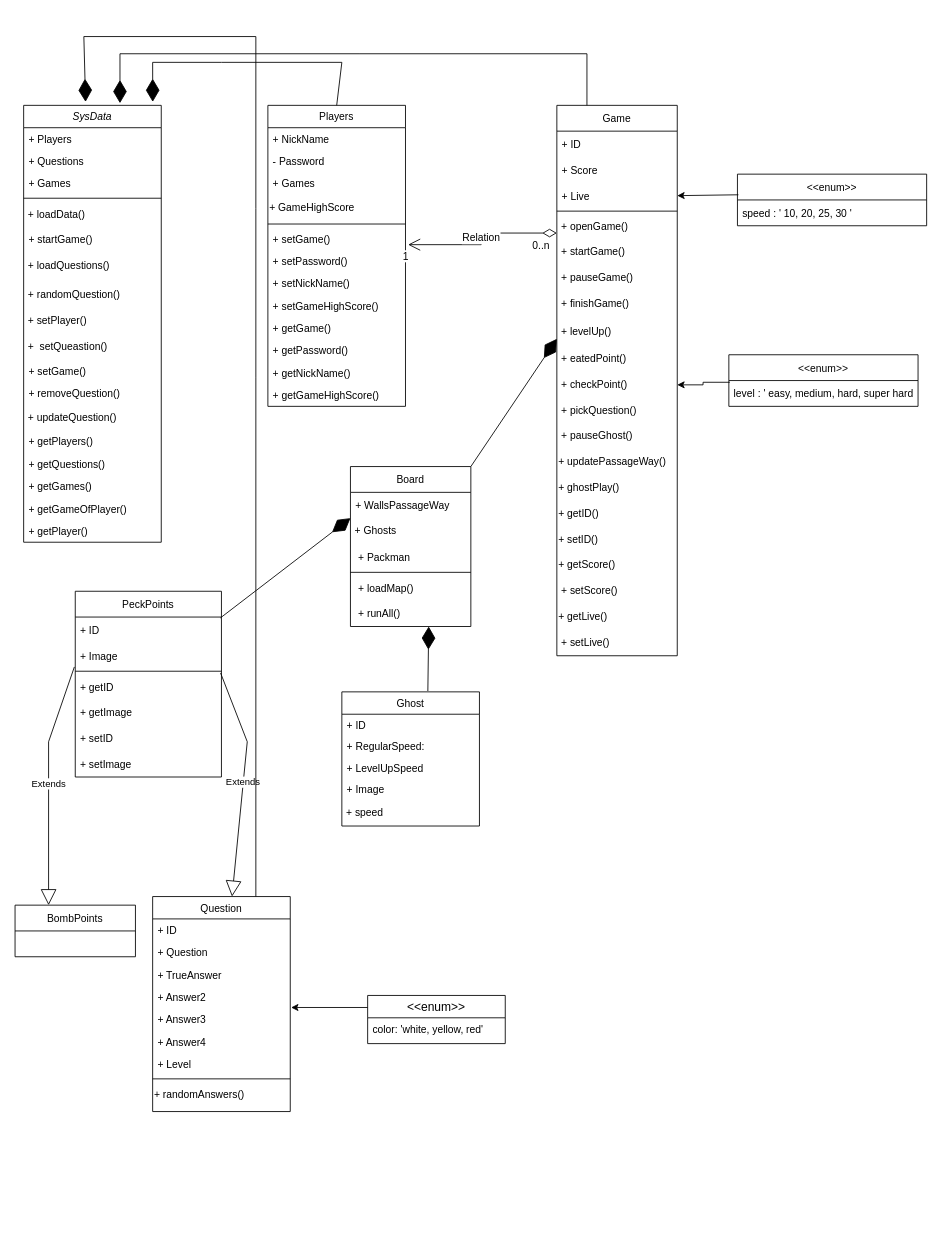
The draw.io diagram Untitled Diagram.drawio in muhammad197/Pack-Man, before the edit. Source tidied: cells renumbered, new cells numbered last; positions are measured from the earlier drawing's top-left corner, leaving out a move shared by most shapes. Both pictures are drawn from the tidied source at 86%, with x=0, y=0 at pixel (15, 36).
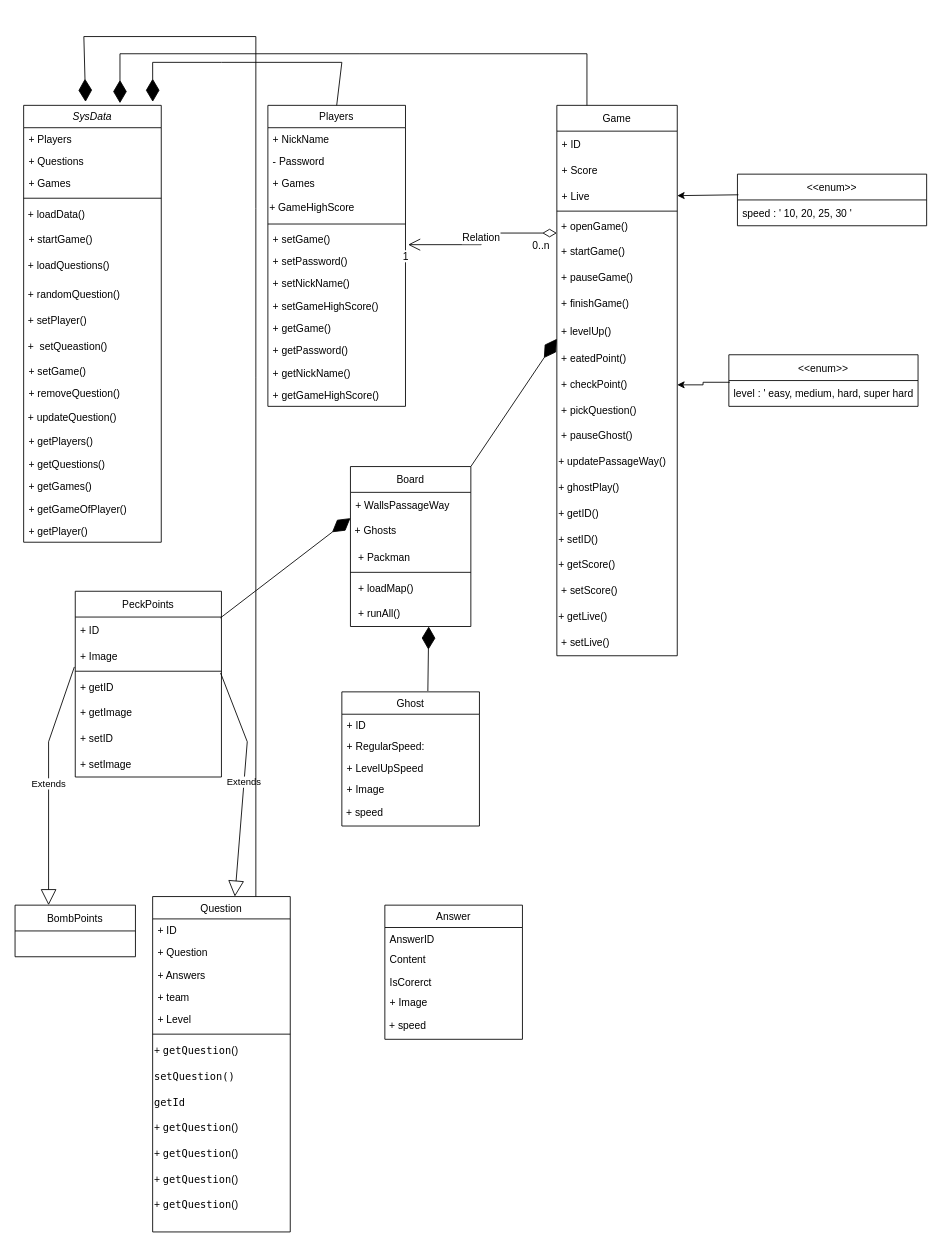
The same diagram, later.

Change to the diagram source:
```diff
@@
     <mxCell id="21" value="Question" style="swimlane;fontStyle=0;align=center;verticalAlign=top;horizontal=1;startSize=26;rounded=0;shadow=0;strokeWidth=1;" parent="1" vertex="1">
-      <mxGeometry x="160" y="1000" width="160" height="250" as="geometry" />
+      <mxGeometry x="160" y="1000" width="160" height="390" as="geometry" />
     </mxCell>
@@
-    <mxCell id="24" value="+ TrueAnswer" style="text;align=left;verticalAlign=top;spacingLeft=4;spacingRight=4;overflow=hidden;" parent="21" vertex="1">
+    <mxCell id="24" value="+ Answers" style="text;align=left;verticalAlign=top;spacingLeft=4;spacingRight=4;overflow=hidden;" parent="21" vertex="1">
       <mxGeometry y="78" width="160" height="26" as="geometry" />
     </mxCell>
-    <mxCell id="25" value="+ Answer2" style="text;align=left;verticalAlign=top;spacingLeft=4;spacingRight=4;overflow=hidden;" parent="21" vertex="1">
-      <mxGeometry y="104" width="160" height="26" as="geometry" />
-    </mxCell>
-    <mxCell id="26" value="+ Answer3" style="text;align=left;verticalAlign=top;spacingLeft=4;spacingRight=4;overflow=hidden;points=[[0,0.5],[1,0.5]];portConstraint=eastwest;rounded=0;shadow=0;html=0;" parent="21" vertex="1">
-      <mxGeometry y="130" width="160" height="26" as="geometry" />
-    </mxCell>
-    <mxCell id="27" value="+ Answer4" style="text;align=left;verticalAlign=top;spacingLeft=4;spacingRight=4;overflow=hidden;rounded=0;shadow=0;html=0;" parent="21" vertex="1">
-      <mxGeometry y="156" width="160" height="26" as="geometry" />
-    </mxCell>
+    <mxCell id="109" value="+ team" style="text;align=left;verticalAlign=top;spacingLeft=4;spacingRight=4;overflow=hidden;" parent="21" vertex="1">
+      <mxGeometry y="104" width="160" height="26" as="geometry" />
+    </mxCell>
     <mxCell id="28" value="+ Level" style="text;align=left;verticalAlign=top;spacingLeft=4;spacingRight=4;overflow=hidden;" parent="21" vertex="1">
-      <mxGeometry y="182" width="160" height="26" as="geometry" />
+      <mxGeometry y="130" width="160" height="26" as="geometry" />
     </mxCell>
     <mxCell id="29" style="line;html=1;strokeWidth=1;align=left;verticalAlign=middle;spacingTop=-1;spacingLeft=3;spacingRight=3;labelPosition=right;" parent="21" vertex="1">
-      <mxGeometry y="208" width="160" height="8" as="geometry" />
+      <mxGeometry y="156" width="160" height="8" as="geometry" />
     </mxCell>
-    <mxCell id="30" value="&lt;div class=&quot;page&quot; title=&quot;Page 10&quot; style=&quot;font-size: 12px&quot;&gt;&lt;div class=&quot;section&quot; style=&quot;background-color: rgb(255 , 255 , 255) ; font-size: 12px&quot;&gt;&lt;div class=&quot;layoutArea&quot; style=&quot;font-size: 12px&quot;&gt;&lt;div class=&quot;column&quot; style=&quot;font-size: 12px&quot;&gt;&lt;p style=&quot;font-size: 12px&quot;&gt;&lt;span style=&quot;font-size: 12px ; font-family: &amp;#34;arialmt&amp;#34;&quot;&gt;+ randomAnswers()&lt;/span&gt;&lt;/p&gt;&lt;/div&gt;&lt;/div&gt;&lt;/div&gt;&lt;/div&gt;" style="text;html=1;strokeColor=none;fillColor=none;align=left;verticalAlign=middle;whiteSpace=wrap;rounded=0;fontSize=12;" parent="21" vertex="1">
-      <mxGeometry y="216" width="160" height="30" as="geometry" />
+    <mxCell id="30" value="&lt;div class=&quot;page&quot; title=&quot;Page 10&quot; style=&quot;font-size: 12px&quot;&gt;&lt;div class=&quot;section&quot; style=&quot;background-color: rgb(255 , 255 , 255) ; font-size: 12px&quot;&gt;&lt;div class=&quot;layoutArea&quot; style=&quot;font-size: 12px&quot;&gt;&lt;div class=&quot;column&quot; style=&quot;font-size: 12px&quot;&gt;&lt;p style=&quot;font-size: 12px&quot;&gt;&lt;span style=&quot;font-size: 12px ; font-family: &amp;#34;arialmt&amp;#34;&quot;&gt;+&amp;nbsp;&lt;/span&gt;&lt;span style=&quot;font-family: &amp;#34;menlo&amp;#34;&quot;&gt;getQuestion&lt;/span&gt;&lt;span style=&quot;font-family: &amp;#34;arialmt&amp;#34;&quot;&gt;()&lt;/span&gt;&lt;/p&gt;&lt;/div&gt;&lt;/div&gt;&lt;/div&gt;&lt;/div&gt;" style="text;html=1;strokeColor=none;fillColor=none;align=left;verticalAlign=middle;whiteSpace=wrap;rounded=0;fontSize=12;" parent="21" vertex="1">
+      <mxGeometry y="164" width="160" height="30" as="geometry" />
     </mxCell>
+    <mxCell id="110" value="&lt;div class=&quot;page&quot; title=&quot;Page 10&quot; style=&quot;font-size: 12px&quot;&gt;&lt;div class=&quot;section&quot; style=&quot;background-color: rgb(255 , 255 , 255) ; font-size: 12px&quot;&gt;&lt;div class=&quot;layoutArea&quot; style=&quot;font-size: 12px&quot;&gt;&lt;div class=&quot;column&quot; style=&quot;font-size: 12px&quot;&gt;&lt;p style=&quot;margin: 0px ; font-stretch: normal ; line-height: normal ; font-family: &amp;#34;menlo&amp;#34;&quot;&gt;setQuestion()&lt;/p&gt;&lt;/div&gt;&lt;/div&gt;&lt;/div&gt;&lt;/div&gt;" style="text;html=1;strokeColor=none;fillColor=none;align=left;verticalAlign=middle;whiteSpace=wrap;rounded=0;fontSize=12;" parent="21" vertex="1">
+      <mxGeometry y="194" width="160" height="30" as="geometry" />
+    </mxCell>
+    <mxCell id="111" value="&lt;div class=&quot;page&quot; title=&quot;Page 10&quot; style=&quot;font-size: 12px&quot;&gt;&lt;div class=&quot;section&quot; style=&quot;background-color: rgb(255 , 255 , 255) ; font-size: 12px&quot;&gt;&lt;div class=&quot;layoutArea&quot; style=&quot;font-size: 12px&quot;&gt;&lt;div class=&quot;column&quot; style=&quot;font-size: 12px&quot;&gt;&lt;p style=&quot;margin: 0px ; font-stretch: normal ; line-height: normal ; font-family: &amp;#34;menlo&amp;#34;&quot;&gt;getId&lt;/p&gt;&lt;/div&gt;&lt;/div&gt;&lt;/div&gt;&lt;/div&gt;" style="text;html=1;strokeColor=none;fillColor=none;align=left;verticalAlign=middle;whiteSpace=wrap;rounded=0;fontSize=12;" parent="21" vertex="1">
+      <mxGeometry y="224" width="160" height="30" as="geometry" />
+    </mxCell>
+    <mxCell id="112" value="&lt;div class=&quot;page&quot; title=&quot;Page 10&quot; style=&quot;font-size: 12px&quot;&gt;&lt;div class=&quot;section&quot; style=&quot;background-color: rgb(255 , 255 , 255) ; font-size: 12px&quot;&gt;&lt;div class=&quot;layoutArea&quot; style=&quot;font-size: 12px&quot;&gt;&lt;div class=&quot;column&quot; style=&quot;font-size: 12px&quot;&gt;&lt;p style=&quot;font-size: 12px&quot;&gt;&lt;span style=&quot;font-size: 12px ; font-family: &amp;#34;arialmt&amp;#34;&quot;&gt;+&amp;nbsp;&lt;/span&gt;&lt;span style=&quot;font-family: &amp;#34;menlo&amp;#34;&quot;&gt;getQuestion&lt;/span&gt;&lt;span style=&quot;font-family: &amp;#34;arialmt&amp;#34;&quot;&gt;()&lt;/span&gt;&lt;/p&gt;&lt;/div&gt;&lt;/div&gt;&lt;/div&gt;&lt;/div&gt;" style="text;html=1;strokeColor=none;fillColor=none;align=left;verticalAlign=middle;whiteSpace=wrap;rounded=0;fontSize=12;" parent="21" vertex="1">
+      <mxGeometry y="254" width="160" height="30" as="geometry" />
+    </mxCell>
+    <mxCell id="113" value="&lt;div class=&quot;page&quot; title=&quot;Page 10&quot; style=&quot;font-size: 12px&quot;&gt;&lt;div class=&quot;section&quot; style=&quot;background-color: rgb(255 , 255 , 255) ; font-size: 12px&quot;&gt;&lt;div class=&quot;layoutArea&quot; style=&quot;font-size: 12px&quot;&gt;&lt;div class=&quot;column&quot; style=&quot;font-size: 12px&quot;&gt;&lt;p style=&quot;font-size: 12px&quot;&gt;&lt;span style=&quot;font-size: 12px ; font-family: &amp;#34;arialmt&amp;#34;&quot;&gt;+&amp;nbsp;&lt;/span&gt;&lt;span style=&quot;font-family: &amp;#34;menlo&amp;#34;&quot;&gt;getQuestion&lt;/span&gt;&lt;span style=&quot;font-family: &amp;#34;arialmt&amp;#34;&quot;&gt;()&lt;/span&gt;&lt;/p&gt;&lt;/div&gt;&lt;/div&gt;&lt;/div&gt;&lt;/div&gt;" style="text;html=1;strokeColor=none;fillColor=none;align=left;verticalAlign=middle;whiteSpace=wrap;rounded=0;fontSize=12;" parent="21" vertex="1">
+      <mxGeometry y="284" width="160" height="30" as="geometry" />
+    </mxCell>
+    <mxCell id="114" value="&lt;div class=&quot;page&quot; title=&quot;Page 10&quot; style=&quot;font-size: 12px&quot;&gt;&lt;div class=&quot;section&quot; style=&quot;background-color: rgb(255 , 255 , 255) ; font-size: 12px&quot;&gt;&lt;div class=&quot;layoutArea&quot; style=&quot;font-size: 12px&quot;&gt;&lt;div class=&quot;column&quot; style=&quot;font-size: 12px&quot;&gt;&lt;p style=&quot;font-size: 12px&quot;&gt;&lt;span style=&quot;font-size: 12px ; font-family: &amp;#34;arialmt&amp;#34;&quot;&gt;+&amp;nbsp;&lt;/span&gt;&lt;span style=&quot;font-family: &amp;#34;menlo&amp;#34;&quot;&gt;getQuestion&lt;/span&gt;&lt;span style=&quot;font-family: &amp;#34;arialmt&amp;#34;&quot;&gt;()&lt;/span&gt;&lt;/p&gt;&lt;/div&gt;&lt;/div&gt;&lt;/div&gt;&lt;/div&gt;" style="text;html=1;strokeColor=none;fillColor=none;align=left;verticalAlign=middle;whiteSpace=wrap;rounded=0;fontSize=12;" parent="21" vertex="1">
+      <mxGeometry y="314" width="160" height="30" as="geometry" />
+    </mxCell>
+    <mxCell id="115" value="&lt;div class=&quot;page&quot; title=&quot;Page 10&quot; style=&quot;font-size: 12px&quot;&gt;&lt;div class=&quot;section&quot; style=&quot;background-color: rgb(255 , 255 , 255) ; font-size: 12px&quot;&gt;&lt;div class=&quot;layoutArea&quot; style=&quot;font-size: 12px&quot;&gt;&lt;div class=&quot;column&quot; style=&quot;font-size: 12px&quot;&gt;&lt;p style=&quot;font-size: 12px&quot;&gt;&lt;span style=&quot;font-size: 12px ; font-family: &amp;#34;arialmt&amp;#34;&quot;&gt;+&amp;nbsp;&lt;/span&gt;&lt;span style=&quot;font-family: &amp;#34;menlo&amp;#34;&quot;&gt;getQuestion&lt;/span&gt;&lt;span style=&quot;font-family: &amp;#34;arialmt&amp;#34;&quot;&gt;()&lt;/span&gt;&lt;/p&gt;&lt;/div&gt;&lt;/div&gt;&lt;/div&gt;&lt;/div&gt;" style="text;html=1;strokeColor=none;fillColor=none;align=left;verticalAlign=middle;whiteSpace=wrap;rounded=0;fontSize=12;" parent="21" vertex="1">
+      <mxGeometry y="344" width="160" height="30" as="geometry" />
+    </mxCell>
@@
-    <mxCell id="106" value="&lt;&lt;enum&gt;&gt;" style="swimlane;fontStyle=0;horizontal=1;startSize=26;align=center;fontSize=14;" parent="1" vertex="1">
-      <mxGeometry x="410" y="1115" width="160" height="56" as="geometry" />
-    </mxCell>
-    <mxCell id="107" value="color: 'white, yellow, red'" style="text;strokeColor=none;fillColor=none;spacingLeft=4;spacingRight=4;overflow=hidden;fontSize=12;align=left;" parent="106" vertex="1">
-      <mxGeometry y="26" width="160" height="30" as="geometry" />
-    </mxCell>
-    <mxCell id="108" style="endArrow=classic;html=1;rounded=0;fontSize=12;entryX=1.006;entryY=-0.038;entryDx=0;entryDy=0;entryPerimeter=0;exitX=0;exitY=0.25;exitDx=0;exitDy=0;" parent="1" edge="1" source="106" target="26">
-      <mxGeometry relative="1" as="geometry" />
-    </mxCell>
+    <mxCell id="116" value="Answer" style="swimlane;fontStyle=0;align=center;verticalAlign=top;horizontal=1;startSize=26;rounded=0;shadow=0;strokeWidth=1;" parent="1" vertex="1">
+      <mxGeometry x="430" y="1010" width="160" height="156" as="geometry" />
+    </mxCell>
+    <mxCell id="117" value="AnswerID" style="text;align=left;verticalAlign=top;spacingLeft=4;spacingRight=4;overflow=hidden;fontSize=12;" parent="116" vertex="1">
+      <mxGeometry y="26" width="160" height="24" as="geometry" />
+    </mxCell>
+    <mxCell id="118" value="Content" style="text;align=left;verticalAlign=top;spacingLeft=4;spacingRight=4;overflow=hidden;fontSize=12;" parent="116" vertex="1">
+      <mxGeometry y="50" width="160" height="26" as="geometry" />
+    </mxCell>
+    <mxCell id="119" value="IsCorerct" style="text;align=left;verticalAlign=top;spacingLeft=4;spacingRight=4;overflow=hidden;fontSize=12;" parent="116" vertex="1">
+      <mxGeometry y="76" width="160" height="24" as="geometry" />
+    </mxCell>
+    <mxCell id="120" value="+ Image" style="text;align=left;verticalAlign=top;spacingLeft=4;spacingRight=4;overflow=hidden;fontSize=12;" parent="116" vertex="1">
+      <mxGeometry y="100" width="160" height="26" as="geometry" />
+    </mxCell>
+    <mxCell id="121" value="&amp;nbsp;+ speed" style="text;html=1;strokeColor=none;fillColor=none;align=left;verticalAlign=middle;whiteSpace=wrap;rounded=0;fontSize=12;" parent="116" vertex="1">
+      <mxGeometry y="126" width="160" height="30" as="geometry" />
+    </mxCell>
```
